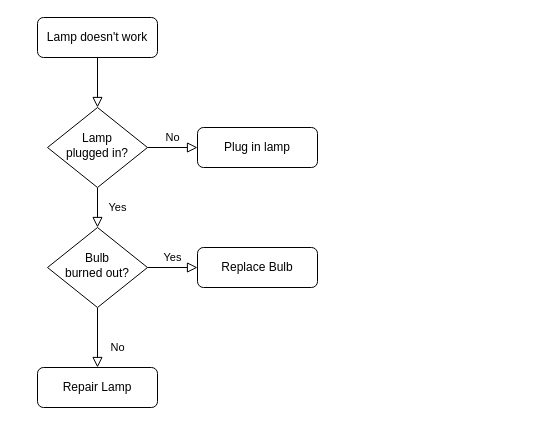
The draw.io diagram 名称未設定ファイル.drawio in mouseos/clova-desk-research, before the edit. Source tidied: cells renumbered, new cells numbered last; positions are measured from the earlier drawing's top-left corner, leaving out a move shared by most shapes. Both pictures are drawn from the tidied source at 100%, with x=0, y=0 at pixel (37, 17).
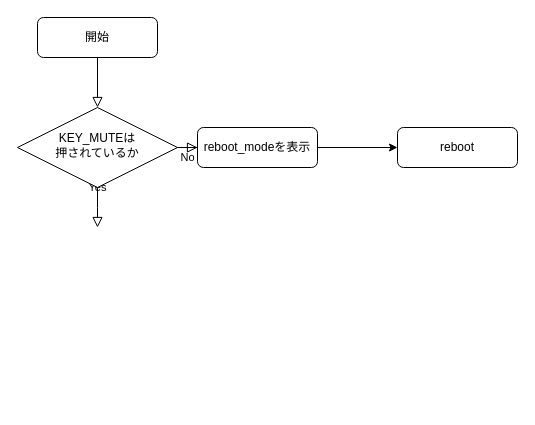
The same diagram, later.

Commit message:
aboot_reboot_mode

Diff of the diagram source:
```diff
@@
 <mxGraphModel>
   <root>
     <mxCell id="0" />
     <mxCell id="1" parent="0" />
     <mxCell id="2" style="rounded=0;html=1;jettySize=auto;fontSize=11;endArrow=block;endFill=0;endSize=8;strokeWidth=1;shadow=0;labelBackgroundColor=none;edgeStyle=orthogonalEdgeStyle;" parent="1" edge="1" source="3" target="6">
       <mxGeometry relative="1" as="geometry" />
     </mxCell>
-    <mxCell id="3" value="Lamp doesn't work" style="rounded=1;whiteSpace=wrap;html=1;fontSize=12;glass=0;strokeWidth=1;shadow=0;" parent="1" vertex="1">
+    <mxCell id="3" value="開始" style="rounded=1;whiteSpace=wrap;html=1;fontSize=12;glass=0;strokeWidth=1;shadow=0;" parent="1" vertex="1">
       <mxGeometry width="120" height="40" as="geometry" />
     </mxCell>
-    <mxCell id="4" value="Yes" style="rounded=0;html=1;jettySize=auto;fontSize=11;endArrow=block;endFill=0;endSize=8;strokeWidth=1;shadow=0;labelBackgroundColor=none;edgeStyle=orthogonalEdgeStyle;" parent="1" edge="1" source="6" target="10">
-      <mxGeometry y="20" relative="1" as="geometry" />
+    <mxCell id="4" value="Yes" style="rounded=0;html=1;jettySize=auto;fontSize=11;endArrow=block;endFill=0;endSize=8;strokeWidth=1;shadow=0;labelBackgroundColor=none;edgeStyle=orthogonalEdgeStyle;" parent="1" edge="1" source="6">
+      <mxGeometry y="20" relative="1" as="geometry">
+        <mxPoint x="60" y="210" as="targetPoint" />
+      </mxGeometry>
     </mxCell>
     <mxCell id="5" value="No" style="edgeStyle=orthogonalEdgeStyle;rounded=0;html=1;jettySize=auto;fontSize=11;endArrow=block;endFill=0;endSize=8;strokeWidth=1;shadow=0;labelBackgroundColor=none;" parent="1" edge="1" source="6" target="7">
       <mxGeometry y="10" relative="1" as="geometry" />
     </mxCell>
+    <mxCell id="13" style="edgeStyle=orthogonalEdgeStyle;rounded=0;jettySize=auto;html=1;exitX=1;exitY=0.5;exitDx=0;exitDy=0;" parent="1" edge="1" source="6">
+      <mxGeometry relative="1" as="geometry">
+        <mxPoint x="120" y="140" as="targetPoint" />
+      </mxGeometry>
+    </mxCell>
-    <mxCell id="6" value="Lamp&lt;br&gt;plugged in?" style="rhombus;whiteSpace=wrap;html=1;shadow=0;fontFamily=Helvetica;fontSize=12;align=center;strokeWidth=1;spacing=6;spacingTop=-4;" parent="1" vertex="1">
-      <mxGeometry x="10" y="90" width="100" height="80" as="geometry" />
+    <mxCell id="6" value="KEY_MUTEは&lt;br&gt;押されているか" style="rhombus;whiteSpace=wrap;html=1;shadow=0;fontFamily=Helvetica;fontSize=12;align=center;strokeWidth=1;spacing=6;spacingTop=-4;" parent="1" vertex="1">
+      <mxGeometry x="-20" y="90" width="160" height="80" as="geometry" />
     </mxCell>
+    <mxCell id="14" style="edgeStyle=orthogonalEdgeStyle;rounded=0;jettySize=auto;html=1;" parent="1" edge="1" source="7" target="15">
+      <mxGeometry relative="1" as="geometry" />
+    </mxCell>
-    <mxCell id="7" value="Plug in lamp" style="rounded=1;whiteSpace=wrap;html=1;fontSize=12;glass=0;strokeWidth=1;shadow=0;" parent="1" vertex="1">
+    <mxCell id="7" value="reboot_modeを表示" style="rounded=1;whiteSpace=wrap;html=1;fontSize=12;glass=0;strokeWidth=1;shadow=0;" parent="1" vertex="1">
       <mxGeometry x="160" y="110" width="120" height="40" as="geometry" />
     </mxCell>
-    <mxCell id="8" value="No" style="rounded=0;html=1;jettySize=auto;fontSize=11;endArrow=block;endFill=0;endSize=8;strokeWidth=1;shadow=0;labelBackgroundColor=none;edgeStyle=orthogonalEdgeStyle;" parent="1" edge="1" source="10" target="11">
-      <mxGeometry x="0.33" y="20" relative="1" as="geometry" />
-    </mxCell>
-    <mxCell id="9" value="Yes" style="edgeStyle=orthogonalEdgeStyle;rounded=0;html=1;jettySize=auto;fontSize=11;endArrow=block;endFill=0;endSize=8;strokeWidth=1;shadow=0;labelBackgroundColor=none;" parent="1" edge="1" source="10" target="12">
-      <mxGeometry y="10" relative="1" as="geometry" />
-    </mxCell>
-    <mxCell id="10" value="Bulb&lt;br&gt;burned out?" style="rhombus;whiteSpace=wrap;html=1;shadow=0;fontFamily=Helvetica;fontSize=12;align=center;strokeWidth=1;spacing=6;spacingTop=-4;" parent="1" vertex="1">
-      <mxGeometry x="10" y="210" width="100" height="80" as="geometry" />
-    </mxCell>
-    <mxCell id="11" value="Repair Lamp" style="rounded=1;whiteSpace=wrap;html=1;fontSize=12;glass=0;strokeWidth=1;shadow=0;" parent="1" vertex="1">
-      <mxGeometry y="350" width="120" height="40" as="geometry" />
-    </mxCell>
-    <mxCell id="12" value="Replace Bulb" style="rounded=1;whiteSpace=wrap;html=1;fontSize=12;glass=0;strokeWidth=1;shadow=0;" parent="1" vertex="1">
-      <mxGeometry x="160" y="230" width="120" height="40" as="geometry" />
-    </mxCell>
+    <mxCell id="15" value="reboot" style="rounded=1;whiteSpace=wrap;html=1;fontSize=12;glass=0;strokeWidth=1;shadow=0;" parent="1" vertex="1">
+      <mxGeometry x="360" y="110" width="120" height="40" as="geometry" />
+    </mxCell>
   </root>
 </mxGraphModel>
```
